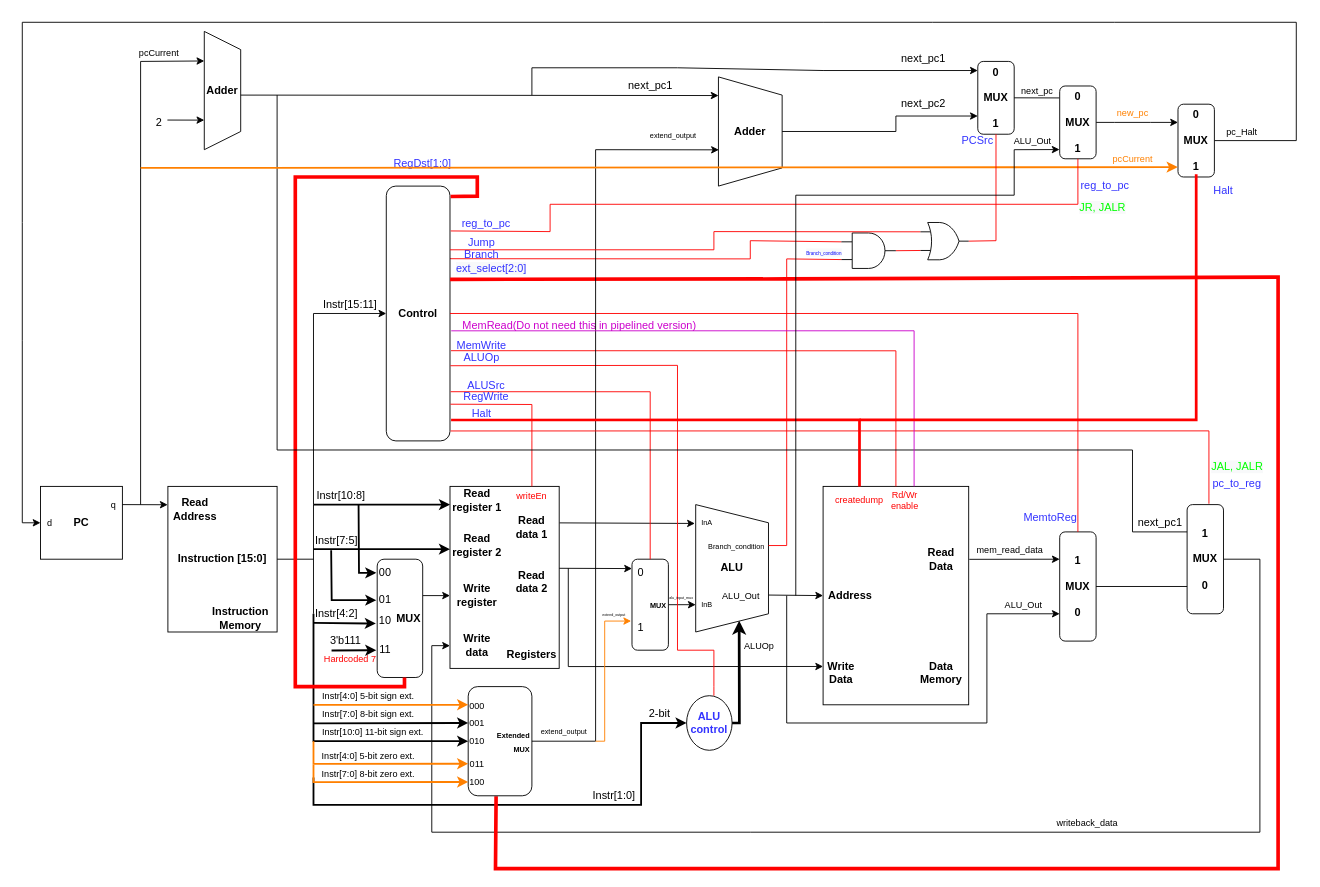
Before: WISC-SP22.drawio in joshmeiyb/ECE552, a draw.io diagram. Source tidied: cells renumbered, new cells numbered last; positions are measured from the earlier drawing's top-left corner, leaving out a move shared by most shapes. Both pictures are drawn from the tidied source at 91%, with x=0, y=0 at pixel (22, 22).
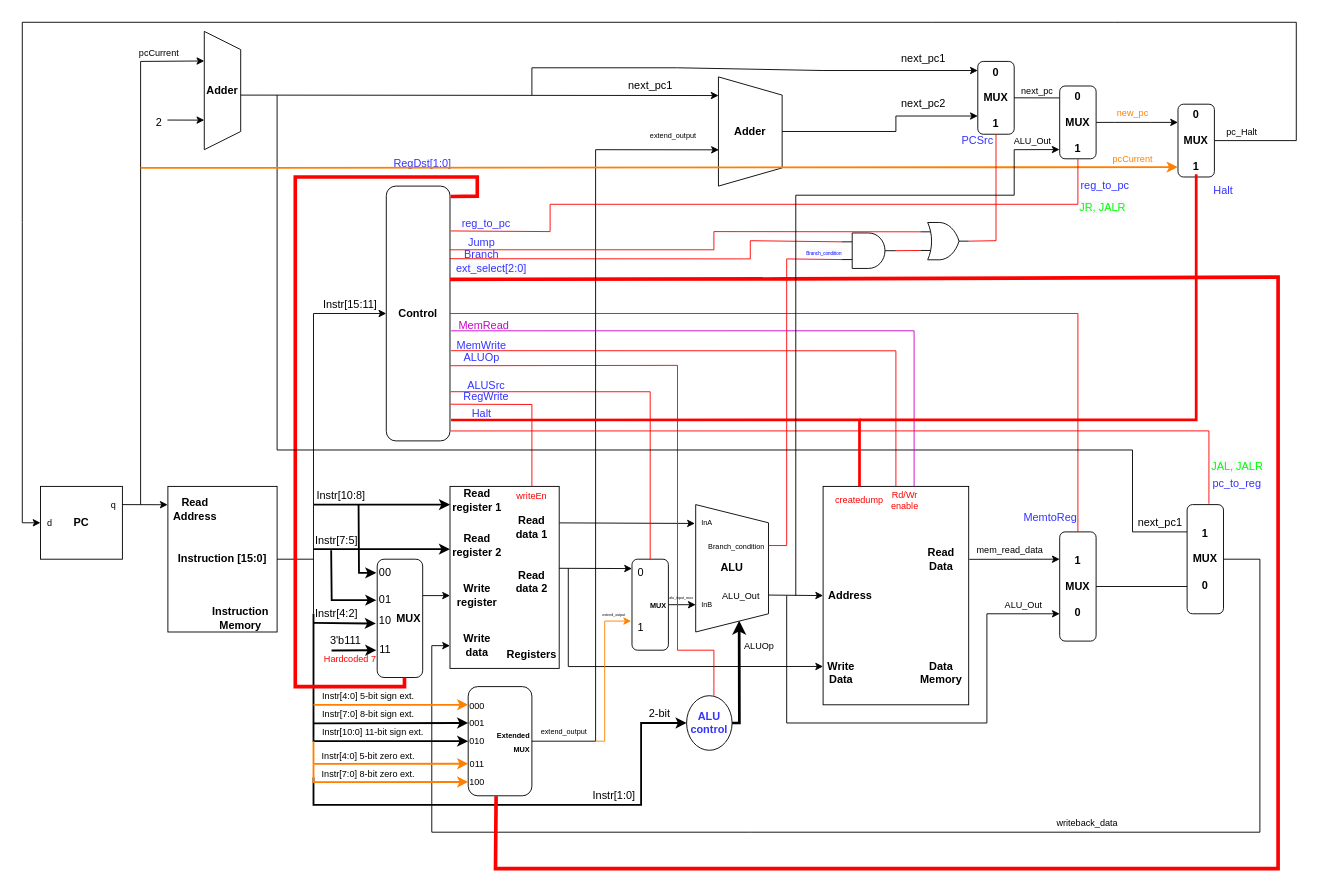
Above is the later version.

Change to the diagram source:
```diff
@@
-    <mxCell id="66" value="&lt;font&gt;MemRead(Do not need this in pipelined version)&lt;/font&gt;" style="text;html=1;strokeColor=none;fillColor=none;align=center;verticalAlign=middle;whiteSpace=wrap;rounded=0;fontColor=#CC00CC;" parent="1" vertex="1">
-      <mxGeometry x="475" y="318" width="275" height="30" as="geometry" />
+    <mxCell id="66" value="&lt;font&gt;MemRead&lt;/font&gt;" style="text;html=1;strokeColor=none;fillColor=none;align=center;verticalAlign=middle;whiteSpace=wrap;rounded=0;fontColor=#CC00CC;" parent="1" vertex="1">
+      <mxGeometry x="475" y="318" width="65" height="30" as="geometry" />
     </mxCell>
```
